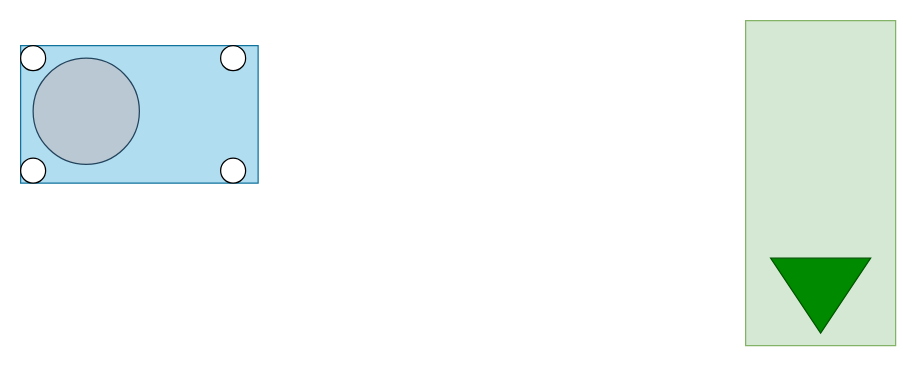
Tokomichel/djangoAPIessay keeps this draw.io diagram as templates/Diagramme sans nom.drawio. Above is the earlier version. Source tidied: cells renumbered, new cells numbered last; positions are measured from the earlier drawing's top-left corner, leaving out a move shared by most shapes. Both pictures are drawn from the tidied source at 125%, with x=0, y=0 at pixel (20, 20).
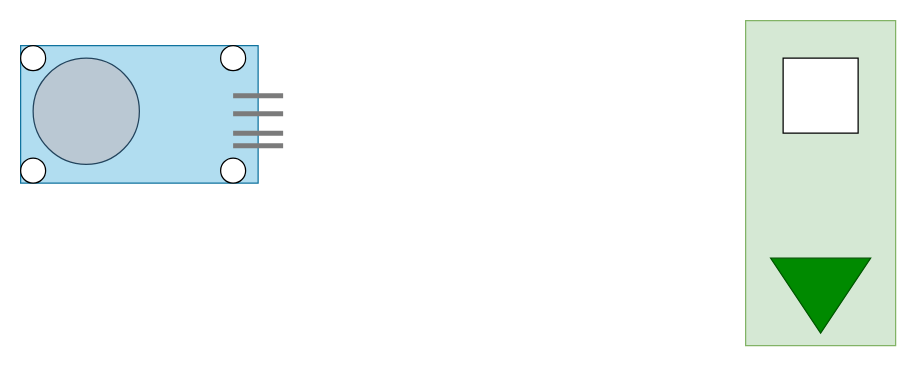
The same page after the edit.

Diff of the diagram source:
```diff
@@
 <mxGraphModel>
   <root>
     <mxCell id="0" />
     <mxCell id="1" parent="0" />
     <mxCell id="2" style="rounded=0;whiteSpace=wrap;html=1;fillColor=#d5e8d4;strokeColor=#82b366;" parent="1" vertex="1">
       <mxGeometry x="580" width="120" height="260" as="geometry" />
     </mxCell>
     <mxCell id="3" style="triangle;whiteSpace=wrap;html=1;rotation=90;fillColor=#008a00;fontColor=#ffffff;strokeColor=#005700;" parent="1" vertex="1">
       <mxGeometry x="610" y="180" width="60" height="80" as="geometry" />
     </mxCell>
     <mxCell id="4" style="rounded=0;whiteSpace=wrap;html=1;fillColor=#b1ddf0;strokeColor=#10739e;" parent="1" vertex="1">
       <mxGeometry y="20" width="190" height="110" as="geometry" />
     </mxCell>
     <mxCell id="5" style="ellipse;whiteSpace=wrap;html=1;fillColor=#bac8d3;strokeColor=#23445d;" parent="1" vertex="1">
       <mxGeometry x="10" y="30" width="85" height="85" as="geometry" />
     </mxCell>
     <mxCell id="6" style="ellipse;whiteSpace=wrap;html=1;" parent="1" vertex="1">
       <mxGeometry x="160" y="110" width="20" height="20" as="geometry" />
     </mxCell>
     <mxCell id="7" style="ellipse;whiteSpace=wrap;html=1;" parent="1" vertex="1">
       <mxGeometry x="160" y="20" width="20" height="20" as="geometry" />
     </mxCell>
     <mxCell id="8" style="ellipse;whiteSpace=wrap;html=1;" parent="1" vertex="1">
       <mxGeometry y="20" width="20" height="20" as="geometry" />
     </mxCell>
     <mxCell id="9" style="ellipse;whiteSpace=wrap;html=1;" parent="1" vertex="1">
       <mxGeometry y="110" width="20" height="20" as="geometry" />
     </mxCell>
+    <mxCell id="10" style="endArrow=none;html=1;rounded=0;strokeWidth=4;strokeColor=#7B7B7B;" parent="1" edge="1">
+      <mxGeometry relative="1" as="geometry">
+        <mxPoint x="170" y="60" as="sourcePoint" />
+        <mxPoint x="210" y="60" as="targetPoint" />
+      </mxGeometry>
+    </mxCell>
+    <mxCell id="11" style="endArrow=none;html=1;rounded=0;strokeWidth=4;strokeColor=#7B7B7B;" parent="1" edge="1">
+      <mxGeometry relative="1" as="geometry">
+        <mxPoint x="170" y="74.5" as="sourcePoint" />
+        <mxPoint x="210" y="74.5" as="targetPoint" />
+        <Array as="points">
+          <mxPoint x="180" y="74.5" />
+        </Array>
+      </mxGeometry>
+    </mxCell>
+    <mxCell id="12" style="endArrow=none;html=1;rounded=0;strokeWidth=4;strokeColor=#7B7B7B;" parent="1" edge="1">
+      <mxGeometry relative="1" as="geometry">
+        <mxPoint x="170" y="90" as="sourcePoint" />
+        <mxPoint x="210" y="90" as="targetPoint" />
+      </mxGeometry>
+    </mxCell>
+    <mxCell id="13" style="endArrow=none;html=1;rounded=0;strokeWidth=4;strokeColor=#7B7B7B;" parent="1" edge="1">
+      <mxGeometry relative="1" as="geometry">
+        <mxPoint x="170" y="100" as="sourcePoint" />
+        <mxPoint x="210" y="100" as="targetPoint" />
+      </mxGeometry>
+    </mxCell>
+    <mxCell id="14" style="whiteSpace=wrap;html=1;" parent="1" vertex="1">
+      <mxGeometry x="610" y="30" width="60" height="60" as="geometry" />
+    </mxCell>
   </root>
 </mxGraphModel>
```
